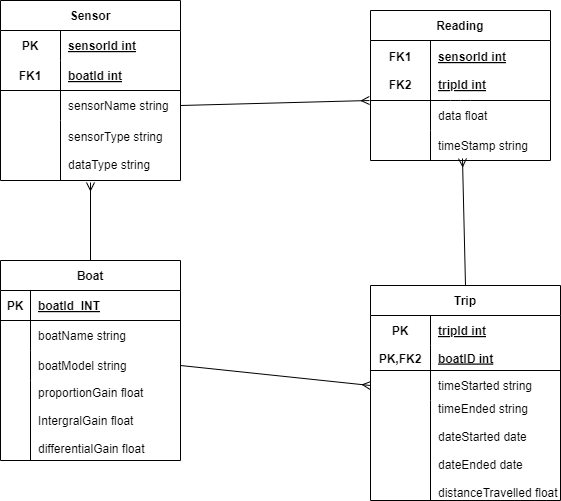
Before: slap/docs/report/technicalSolution/erd.drawio.png, a diagram exported from draw.io (SailoBam/slap). Source tidied: cells renumbered, new cells last; positions are measured from the earlier drawing's top-left corner, leaving out a move shared by most shapes.
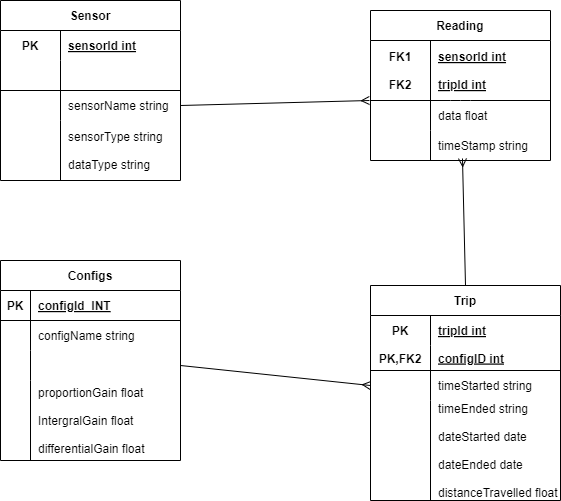
After the commit.

Diff of the diagram source:
```diff
@@ -2,10 +2,7 @@
   <root>
     <mxCell id="0" />
     <mxCell id="1" parent="0" />
-    <mxCell id="2" style="edgeStyle=none;html=1;exitX=0.5;exitY=0;exitDx=0;exitDy=0;entryX=0.5;entryY=1.033;entryDx=0;entryDy=0;entryPerimeter=0;endArrow=ERmany;endFill=0;startArrow=none;startFill=0;" parent="1" edge="1" source="3" target="26">
-      <mxGeometry relative="1" as="geometry" />
-    </mxCell>
-    <mxCell id="3" value="Boat" style="shape=table;startSize=30;rowLines=0;fontStyle=1;align=center;" parent="1" vertex="1">
+    <mxCell id="3" value="Configs" style="shape=table;startSize=30;rowLines=0;fontStyle=1;align=center;" parent="1" vertex="1">
       <mxGeometry y="260" width="180" height="200" as="geometry" />
     </mxCell>
     <mxCell id="4" style="shape=tableRow;horizontal=0;startSize=0;swimlaneHead=0;swimlaneBody=0;fillColor=none;top=0;left=0;right=0;bottom=1;" parent="3" vertex="1">
@@ -14,7 +11,7 @@
     <mxCell id="5" value="PK" style="shape=partialRectangle;fillColor=none;top=0;left=0;bottom=0;right=0;fontStyle=1;overflow=hidden;" parent="4" vertex="1">
       <mxGeometry width="30" height="30" as="geometry" />
     </mxCell>
-    <mxCell id="6" value="boatId  INT" style="shape=partialRectangle;fillColor=none;top=0;left=0;bottom=0;right=0;align=left;spacingLeft=6;fontStyle=5;overflow=hidden;" parent="4" vertex="1">
+    <mxCell id="6" value="configId  INT" style="shape=partialRectangle;fillColor=none;top=0;left=0;bottom=0;right=0;align=left;spacingLeft=6;fontStyle=5;overflow=hidden;" parent="4" vertex="1">
       <mxGeometry x="30" width="150" height="30" as="geometry" />
     </mxCell>
     <mxCell id="7" style="shape=tableRow;horizontal=0;startSize=0;swimlaneHead=0;swimlaneBody=0;fillColor=none;top=0;left=0;right=0;bottom=0;" parent="3" vertex="1">
@@ -23,7 +20,7 @@
     <mxCell id="8" style="shape=partialRectangle;fillColor=none;top=0;left=0;bottom=0;right=0;overflow=hidden;" parent="7" vertex="1">
       <mxGeometry width="30" height="30" as="geometry" />
     </mxCell>
-    <mxCell id="9" value="boatName string" style="shape=partialRectangle;fillColor=none;top=0;left=0;bottom=0;right=0;align=left;spacingLeft=6;overflow=hidden;" parent="7" vertex="1">
+    <mxCell id="9" value="configName string" style="shape=partialRectangle;fillColor=none;top=0;left=0;bottom=0;right=0;align=left;spacingLeft=6;overflow=hidden;" parent="7" vertex="1">
       <mxGeometry x="30" width="150" height="30" as="geometry" />
     </mxCell>
     <mxCell id="10" style="shape=tableRow;horizontal=0;startSize=0;swimlaneHead=0;swimlaneBody=0;fillColor=none;points=[[0,0.5],[1,0.5]];portConstraint=eastwest;top=0;left=0;right=0;bottom=0;" parent="3" vertex="1">
@@ -32,7 +29,7 @@
     <mxCell id="11" style="shape=partialRectangle;fillColor=none;top=0;left=0;bottom=0;right=0;overflow=hidden;" parent="10" vertex="1">
       <mxGeometry width="30" height="30" as="geometry" />
     </mxCell>
-    <mxCell id="12" value="boatModel string" style="shape=partialRectangle;fillColor=none;top=0;left=0;bottom=0;right=0;align=left;spacingLeft=6;overflow=hidden;" parent="10" vertex="1">
+    <mxCell id="12" style="shape=partialRectangle;fillColor=none;top=0;left=0;bottom=0;right=0;align=left;spacingLeft=6;overflow=hidden;" parent="10" vertex="1">
       <mxGeometry x="30" width="150" height="30" as="geometry" />
     </mxCell>
     <mxCell id="13" style="shape=tableRow;horizontal=0;startSize=0;swimlaneHead=0;swimlaneBody=0;fillColor=none;top=0;left=0;right=0;bottom=0;" parent="3" vertex="1">
@@ -59,10 +56,10 @@
     <mxCell id="20" style="shape=tableRow;horizontal=0;startSize=0;swimlaneHead=0;swimlaneBody=0;fillColor=none;top=0;left=0;right=0;bottom=1;" parent="16" vertex="1">
       <mxGeometry y="60" width="180" height="30" as="geometry" />
     </mxCell>
-    <mxCell id="21" value="FK1" style="shape=partialRectangle;fillColor=none;top=0;left=0;bottom=0;right=0;fontStyle=1;overflow=hidden;" parent="20" vertex="1">
+    <mxCell id="21" style="shape=partialRectangle;fillColor=none;top=0;left=0;bottom=0;right=0;fontStyle=1;overflow=hidden;" parent="20" vertex="1">
       <mxGeometry width="60" height="30" as="geometry" />
     </mxCell>
-    <mxCell id="22" value="boatId int" style="shape=partialRectangle;fillColor=none;top=0;left=0;bottom=0;right=0;align=left;spacingLeft=6;fontStyle=5;overflow=hidden;" parent="20" vertex="1">
+    <mxCell id="22" style="shape=partialRectangle;fillColor=none;top=0;left=0;bottom=0;right=0;align=left;spacingLeft=6;fontStyle=5;overflow=hidden;" parent="20" vertex="1">
       <mxGeometry x="60" width="120" height="30" as="geometry" />
     </mxCell>
     <mxCell id="23" style="shape=tableRow;horizontal=0;startSize=0;swimlaneHead=0;swimlaneBody=0;fillColor=none;points=[[0,0.5],[1,0.5]];portConstraint=eastwest;top=0;left=0;right=0;bottom=0;" parent="16" vertex="1">
@@ -139,7 +136,7 @@
     <mxCell id="45" value="PK,FK2" style="shape=partialRectangle;fillColor=none;top=0;left=0;bottom=0;right=0;fontStyle=1;overflow=hidden;" parent="44" vertex="1">
       <mxGeometry width="60" height="25" as="geometry" />
     </mxCell>
-    <mxCell id="46" value="boatID int" style="shape=partialRectangle;fillColor=none;top=0;left=0;bottom=0;right=0;align=left;spacingLeft=6;fontStyle=5;overflow=hidden;" parent="44" vertex="1">
+    <mxCell id="46" value="configID int" style="shape=partialRectangle;fillColor=none;top=0;left=0;bottom=0;right=0;align=left;spacingLeft=6;fontStyle=5;overflow=hidden;" parent="44" vertex="1">
       <mxGeometry x="60" width="130" height="25" as="geometry" />
     </mxCell>
     <mxCell id="47" style="shape=tableRow;horizontal=0;startSize=0;swimlaneHead=0;swimlaneBody=0;fillColor=none;points=[[0,0.5],[1,0.5]];portConstraint=eastwest;top=0;left=0;right=0;bottom=0;" parent="40" vertex="1">
```
